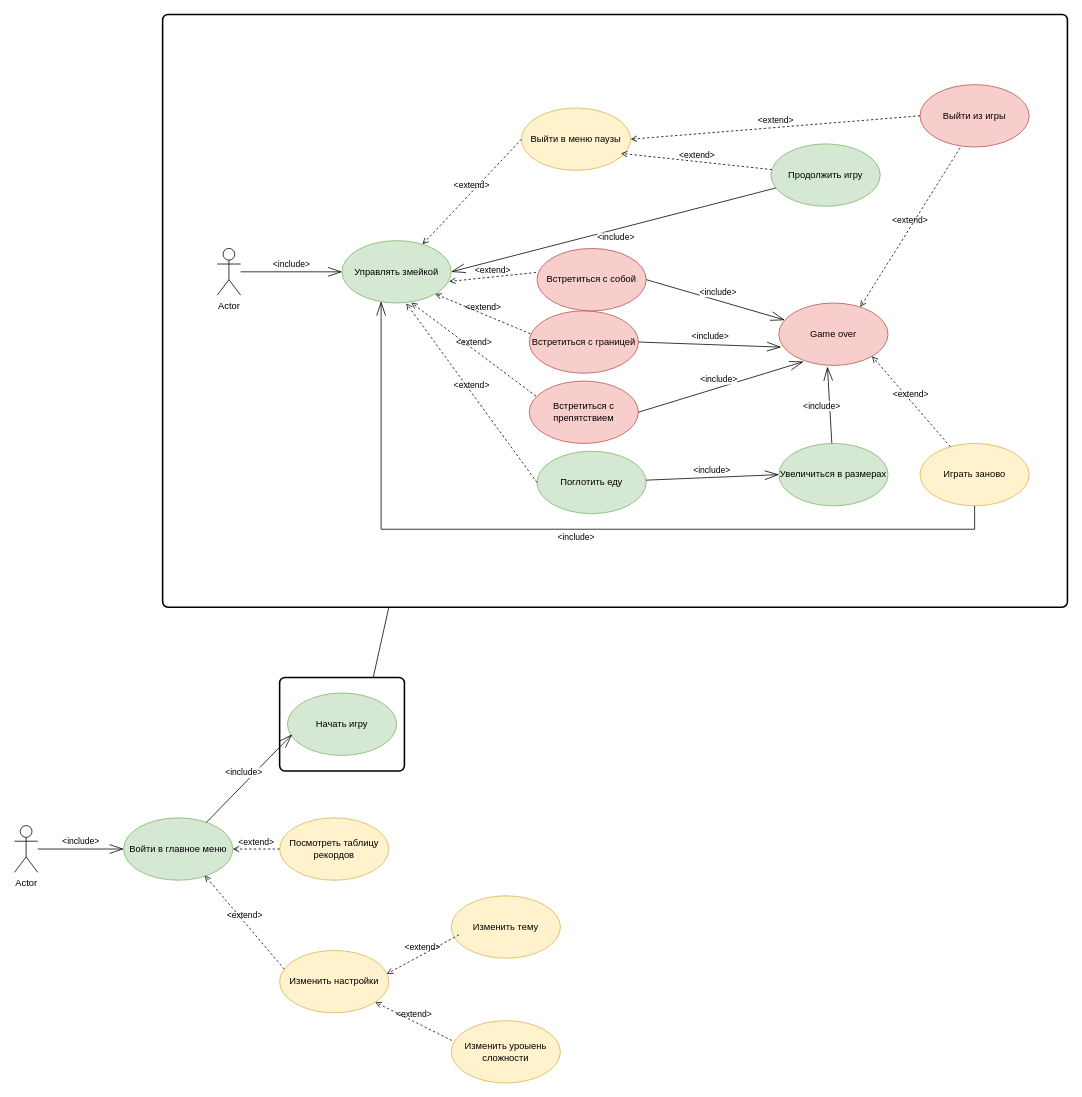
Above: Use-case__Snake.drawio in kirp11/Snake_game (draw.io), before the change. Source tidied: cells renumbered, new cells numbered last; positions are measured from the earlier drawing's top-left corner, leaving out a move shared by most shapes. Both pictures are drawn from the tidied source at 78%, with x=0, y=0 at pixel (14, 14).
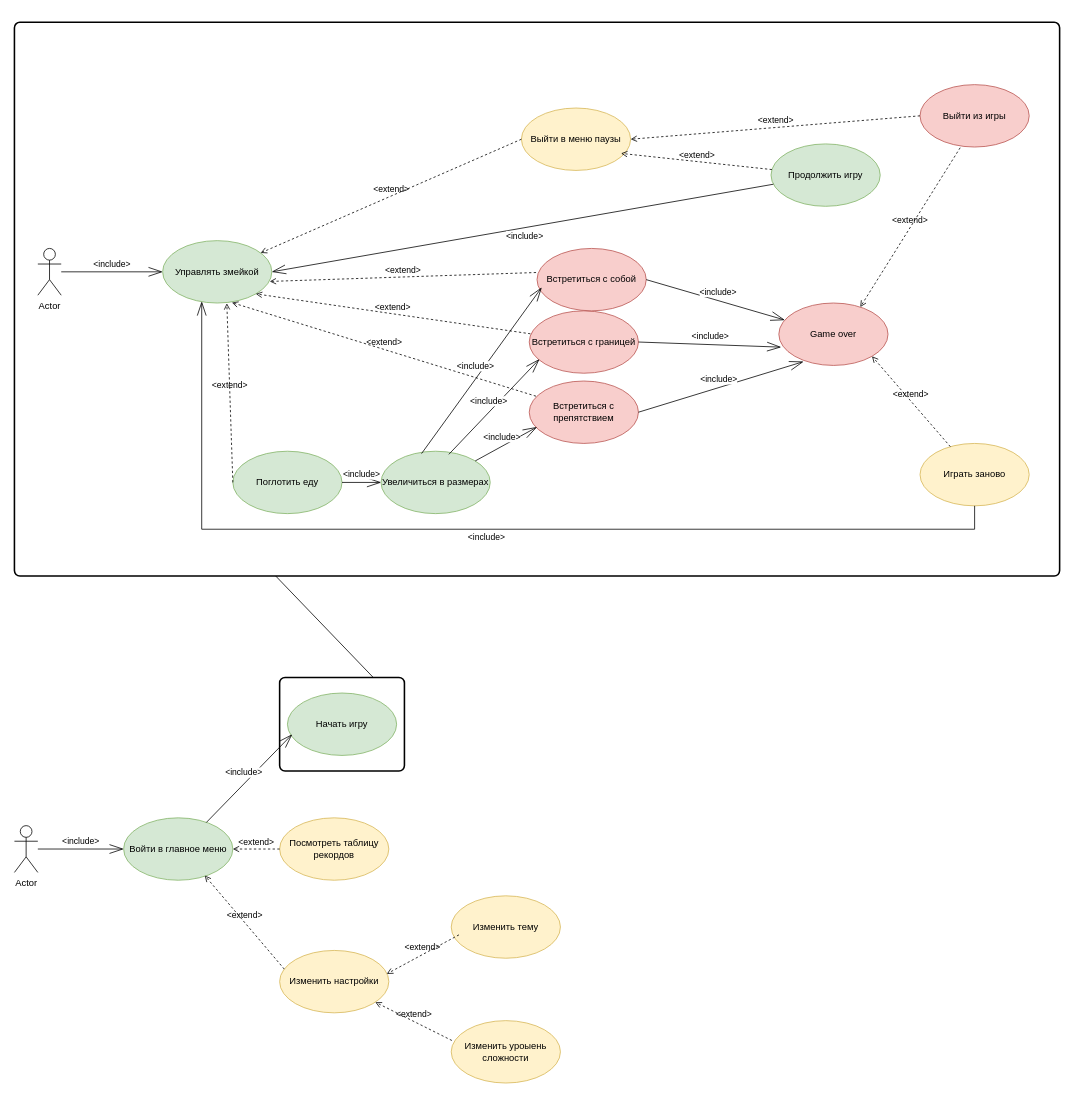
The same diagram, later.

Commit message:
update Use-case

The change refers to these unchanged cells:
```xml
<mxCell id="19" value="Встретиться с границей" style="ellipse;whiteSpace=wrap;html=1;fillColor=#f8cecc;strokeColor=#b85450;" parent="1" vertex="1">
  <mxGeometry x="660" y="380" width="140" height="80" as="geometry" />
</mxCell>
<mxCell id="20" value="Встретиться с препятствием" style="ellipse;whiteSpace=wrap;html=1;fillColor=#f8cecc;strokeColor=#b85450;" parent="1" vertex="1">
  <mxGeometry x="660" y="470" width="140" height="80" as="geometry" />
</mxCell>
<mxCell id="24" value="Встретиться с собой" style="ellipse;whiteSpace=wrap;html=1;fillColor=#f8cecc;strokeColor=#b85450;" parent="1" vertex="1">
  <mxGeometry x="670" y="300" width="140" height="80" as="geometry" />
</mxCell>
<mxCell id="31" value="Game over" style="ellipse;whiteSpace=wrap;html=1;fillColor=#f8cecc;strokeColor=#b85450;" parent="1" vertex="1">
  <mxGeometry x="980" y="370" width="140" height="80" as="geometry" />
</mxCell>
```

Change to the diagram source:
```diff
@@
     <mxCell id="15" style="rounded=1;whiteSpace=wrap;html=1;absoluteArcSize=1;arcSize=14;strokeWidth=2;fillColor=none;" parent="1" vertex="1">
-      <mxGeometry x="190" width="1160" height="760" as="geometry" />
+      <mxGeometry y="10" width="1340" height="710" as="geometry" />
     </mxCell>
     <mxCell id="16" value="Управлять змейкой" style="ellipse;whiteSpace=wrap;html=1;fillColor=#d5e8d4;strokeColor=#82b366;" parent="1" vertex="1">
-      <mxGeometry x="420" y="290" width="140" height="80" as="geometry" />
+      <mxGeometry x="190" y="290" width="140" height="80" as="geometry" />
     </mxCell>
@@
     <mxCell id="18" value="Поглотить еду" style="ellipse;whiteSpace=wrap;html=1;fillColor=#d5e8d4;strokeColor=#82b366;" parent="1" vertex="1">
-      <mxGeometry x="670" y="560" width="140" height="80" as="geometry" />
+      <mxGeometry x="280" y="560" width="140" height="80" as="geometry" />
     </mxCell>
@@
     <mxCell id="21" value="Увеличиться в размерах" style="ellipse;whiteSpace=wrap;html=1;fillColor=#d5e8d4;strokeColor=#82b366;" parent="1" vertex="1">
-      <mxGeometry x="980" y="550" width="140" height="80" as="geometry" />
+      <mxGeometry x="470" y="560" width="140" height="80" as="geometry" />
     </mxCell>
     <mxCell id="22" value="Actor" style="shape=umlActor;verticalLabelPosition=bottom;verticalAlign=top;html=1;outlineConnect=0;" parent="1" vertex="1">
-      <mxGeometry x="260" y="300" width="30" height="60" as="geometry" />
+      <mxGeometry x="30" y="300" width="30" height="60" as="geometry" />
     </mxCell>
@@
     <mxCell id="38" value="&amp;lt;include&amp;gt;" style="endArrow=openThin;endSize=16;endFill=0;html=1;rounded=0;entryX=0.358;entryY=0.975;entryDx=0;entryDy=0;entryPerimeter=0;edgeStyle=orthogonalEdgeStyle;" parent="1" edge="1" target="16">
       <mxGeometry y="10" relative="1" as="geometry">
         <mxPoint x="1231" y="630" as="sourcePoint" />
         <Array as="points">
           <mxPoint x="1231" y="660" />
-          <mxPoint x="470" y="660" />
+          <mxPoint x="240" y="660" />
         </Array>
       </mxGeometry>
     </mxCell>
@@
-    <mxCell id="44" value="&amp;lt;include&amp;gt;" style="endArrow=openThin;endSize=16;endFill=0;html=1;rounded=0;entryX=0.445;entryY=1.021;entryDx=0;entryDy=0;entryPerimeter=0;" parent="1" edge="1" source="21" target="31">
+    <mxCell id="44" value="&amp;lt;include&amp;gt;" style="endArrow=openThin;endSize=16;endFill=0;html=1;rounded=0;entryX=0.071;entryY=0.738;entryDx=0;entryDy=0;entryPerimeter=0;" parent="1" edge="1" source="21" target="20">
       <mxGeometry y="10" relative="1" as="geometry" />
     </mxCell>
@@
+    <mxCell id="47" value="&amp;lt;include&amp;gt;" style="endArrow=openThin;endSize=16;endFill=0;html=1;rounded=0;entryX=0.093;entryY=0.775;entryDx=0;entryDy=0;entryPerimeter=0;exitX=0.621;exitY=0.05;exitDx=0;exitDy=0;exitPerimeter=0;" parent="1" edge="1" source="21" target="19">
+      <mxGeometry y="10" relative="1" as="geometry" />
+    </mxCell>
+    <mxCell id="48" value="&amp;lt;include&amp;gt;" style="endArrow=openThin;endSize=16;endFill=0;html=1;rounded=0;entryX=0.043;entryY=0.625;entryDx=0;entryDy=0;entryPerimeter=0;exitX=0.371;exitY=0.038;exitDx=0;exitDy=0;exitPerimeter=0;" parent="1" edge="1" source="21" target="24">
+      <mxGeometry y="10" relative="1" as="geometry" />
+    </mxCell>
```
